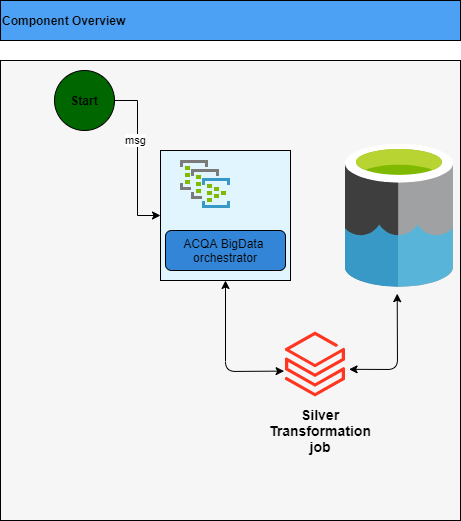
Above: proposal_1.png in mdfarooqii/farooq_demo_project (draw.io), before the change. Source tidied: cells renumbered, new cells last; positions are measured from the earlier drawing's top-left corner, leaving out a move shared by most shapes.
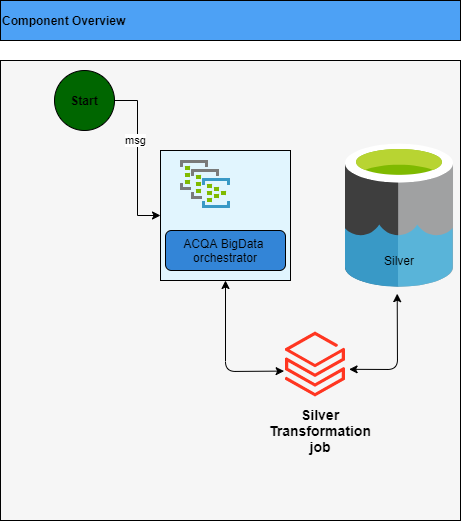
Above is the later version.

What changed in the source:
```diff
@@ -57,5 +57,8 @@
     <mxCell id="16" value="&lt;b&gt;Component Overview&lt;/b&gt;" style="rounded=0;whiteSpace=wrap;html=1;fillColor=#4da1f5;align=left;" parent="1" vertex="1">
       <mxGeometry width="460" height="40" as="geometry" />
     </mxCell>
+    <mxCell id="17" value="Silver" style="text;html=1;strokeColor=none;fillColor=none;align=center;verticalAlign=middle;whiteSpace=wrap;rounded=0;" parent="1" vertex="1">
+      <mxGeometry x="379.2" y="250" width="40" height="20" as="geometry" />
+    </mxCell>
   </root>
 </mxGraphModel>
```
